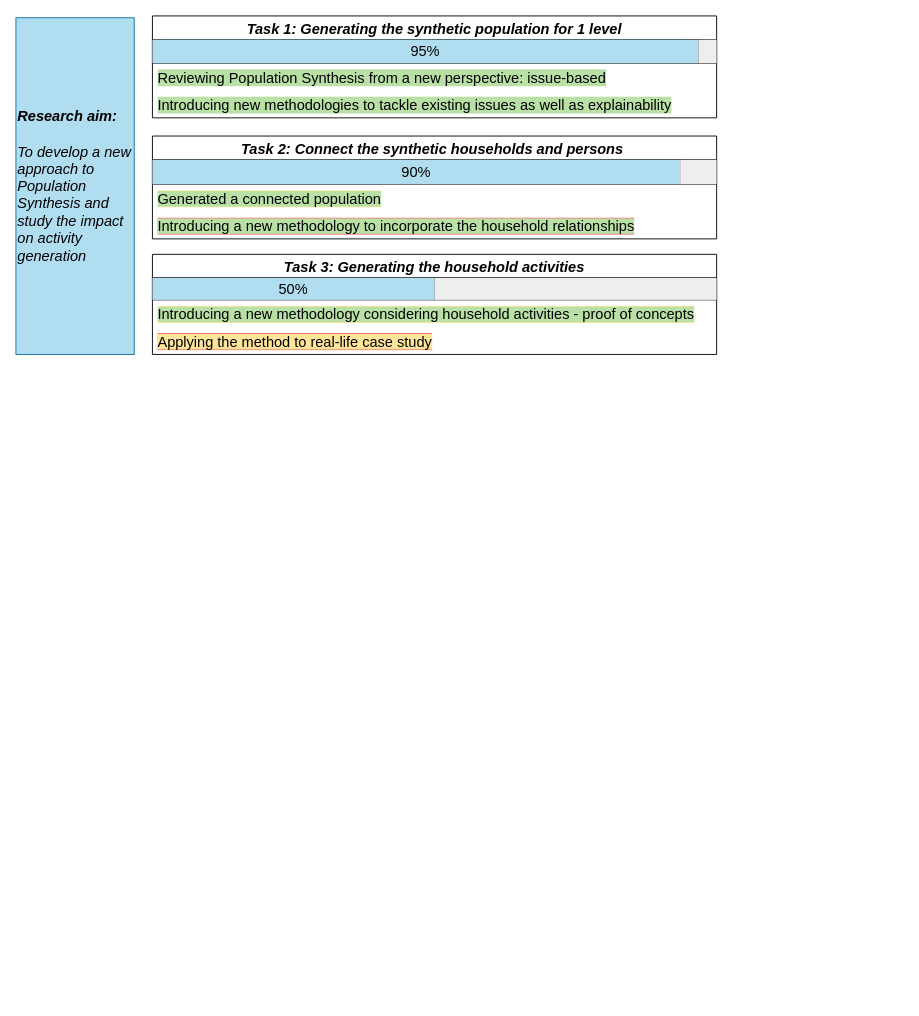
The draw.io diagram general_drawio/Progress_review.drawio in bobkatla/PopSyn_Monash, before the edit. Source tidied: cells renumbered, new cells numbered last; positions are measured from the earlier drawing's top-left corner, leaving out a move shared by most shapes. Both pictures are drawn from the tidied source at 91%, with x=0, y=0 at pixel (15, 15).
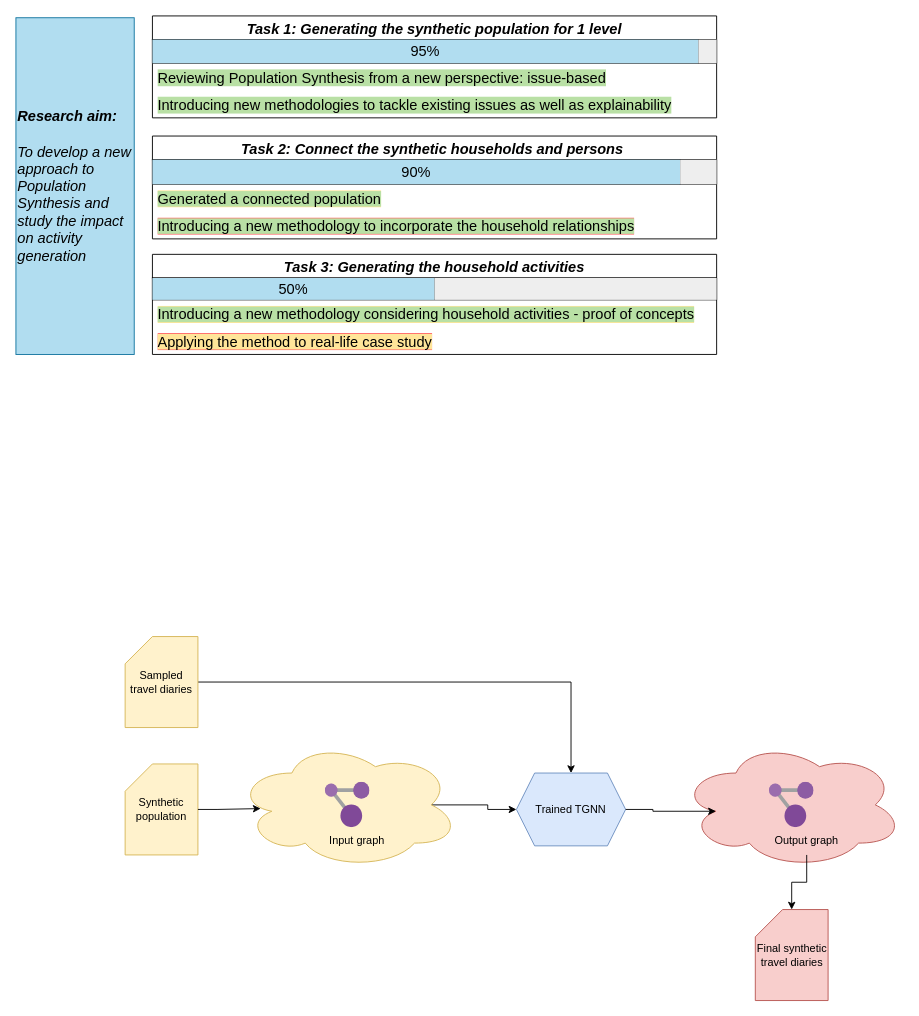
Above is the later version.

Diff of the diagram source:
```diff
@@
+    <mxCell id="24" value="Synthetic population" style="shape=card;whiteSpace=wrap;html=1;fillColor=#fff2cc;strokeColor=#d6b656;" parent="1" vertex="1">
+      <mxGeometry x="120" y="822" width="80" height="100" as="geometry" />
+    </mxCell>
+    <mxCell id="25" style="edgeStyle=orthogonalEdgeStyle;rounded=0;jettySize=auto;html=1;exitX=0.875;exitY=0.5;exitDx=0;exitDy=0;exitPerimeter=0;" parent="1" edge="1" source="26" target="36">
+      <mxGeometry relative="1" as="geometry" />
+    </mxCell>
+    <mxCell id="26" style="ellipse;shape=cloud;whiteSpace=wrap;html=1;fillColor=#fff2cc;strokeColor=#d6b656;" parent="1" vertex="1">
+      <mxGeometry x="242" y="797" width="245" height="140" as="geometry" />
+    </mxCell>
+    <mxCell id="27" style="image;sketch=0;html=1;align=center;fontSize=12;image=img/lib/mscae/Resource_Graph_Explorer.svg;" parent="1" vertex="1">
+      <mxGeometry x="340" y="842" width="49" height="50" as="geometry" />
+    </mxCell>
+    <mxCell id="28" value="Input graph" style="text;html=1;align=center;verticalAlign=middle;whiteSpace=wrap;rounded=0;" parent="1" vertex="1">
+      <mxGeometry x="340" y="892" width="70" height="30" as="geometry" />
+    </mxCell>
+    <mxCell id="29" style="ellipse;shape=cloud;whiteSpace=wrap;html=1;fillColor=#f8cecc;strokeColor=#b85450;" parent="1" vertex="1">
+      <mxGeometry x="730" y="797" width="245" height="140" as="geometry" />
+    </mxCell>
+    <mxCell id="30" style="image;sketch=0;html=1;align=center;fontSize=12;image=img/lib/mscae/Resource_Graph_Explorer.svg;" parent="1" vertex="1">
+      <mxGeometry x="828" y="842" width="49" height="50" as="geometry" />
+    </mxCell>
+    <mxCell id="31" style="edgeStyle=orthogonalEdgeStyle;rounded=0;jettySize=auto;html=1;" parent="1" edge="1" source="32" target="33">
+      <mxGeometry relative="1" as="geometry" />
+    </mxCell>
+    <mxCell id="32" value="Output graph" style="text;html=1;align=center;verticalAlign=middle;whiteSpace=wrap;rounded=0;" parent="1" vertex="1">
+      <mxGeometry x="828" y="892" width="82" height="30" as="geometry" />
+    </mxCell>
+    <mxCell id="33" value="Final synthetic travel diaries" style="shape=card;whiteSpace=wrap;html=1;fillColor=#f8cecc;strokeColor=#b85450;" parent="1" vertex="1">
+      <mxGeometry x="812.5" y="982" width="80" height="100" as="geometry" />
+    </mxCell>
+    <mxCell id="34" style="edgeStyle=orthogonalEdgeStyle;rounded=0;jettySize=auto;html=1;" parent="1" edge="1" source="35" target="36">
+      <mxGeometry relative="1" as="geometry" />
+    </mxCell>
+    <mxCell id="35" value="Sampled travel diaries" style="shape=card;whiteSpace=wrap;html=1;fillColor=#fff2cc;strokeColor=#d6b656;" parent="1" vertex="1">
+      <mxGeometry x="120" y="682" width="80" height="100" as="geometry" />
+    </mxCell>
+    <mxCell id="36" value="Trained TGNN" style="shape=hexagon;perimeter=hexagonPerimeter2;whiteSpace=wrap;html=1;fixedSize=1;fillColor=#dae8fc;strokeColor=#6c8ebf;" parent="1" vertex="1">
+      <mxGeometry x="550" y="832" width="120" height="80" as="geometry" />
+    </mxCell>
+    <mxCell id="37" style="edgeStyle=orthogonalEdgeStyle;rounded=0;jettySize=auto;html=1;entryX=0.11;entryY=0.529;entryDx=0;entryDy=0;entryPerimeter=0;" parent="1" edge="1" source="24" target="26">
+      <mxGeometry relative="1" as="geometry" />
+    </mxCell>
+    <mxCell id="38" style="edgeStyle=orthogonalEdgeStyle;rounded=0;jettySize=auto;html=1;entryX=0.16;entryY=0.55;entryDx=0;entryDy=0;entryPerimeter=0;" parent="1" edge="1" source="36" target="29">
+      <mxGeometry relative="1" as="geometry" />
+    </mxCell>
```
